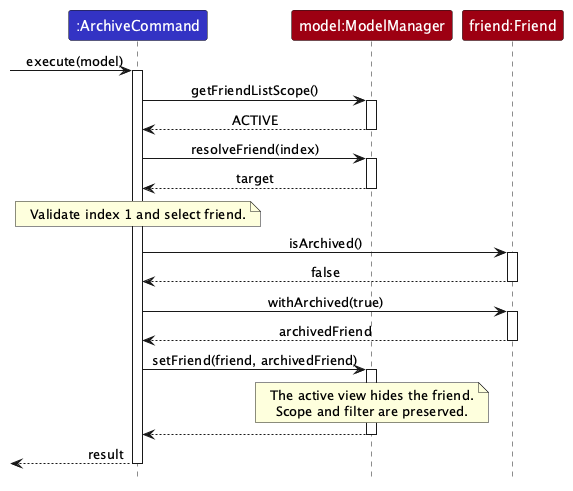
The PlantUML diagram images/ArchiveSequenceDiagram.png in AY2627S1-CS2103T-W14-3/tp, before a commit.
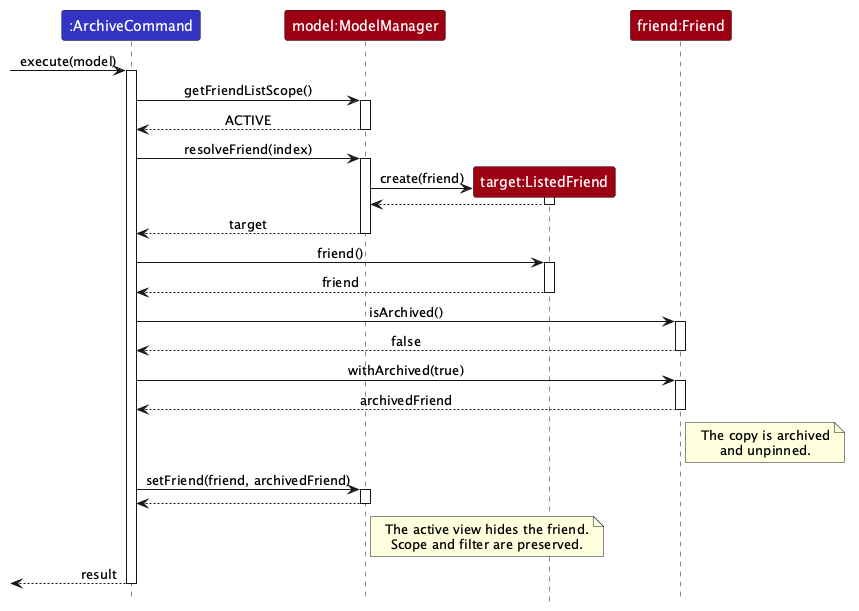
After the change.

Diff of the diagram source:
```diff
@@ -5,6 +5,7 @@
 
 participant ":ArchiveCommand" as Command LOGIC_COLOR
 participant "model:ModelManager" as Model MODEL_COLOR
+participant "target:ListedFriend" as Target MODEL_COLOR
 participant "friend:Friend" as Friend MODEL_COLOR
 
 [-> Command : execute(model)
@@ -15,11 +16,17 @@
 deactivate Model
 Command -> Model : resolveFriend(index)
 activate Model
+create Target
+Model -> Target : create(friend)
+activate Target
+Target --> Model
+deactivate Target
 Model --> Command : target
 deactivate Model
-note over Command
-Validate index 1 and select friend.
-end note
+Command -> Target : friend()
+activate Target
+Target --> Command : friend
+deactivate Target
 Command -> Friend : isArchived()
 activate Friend
 Friend --> Command : false
@@ -28,14 +35,18 @@
 activate Friend
 Friend --> Command : archivedFriend
 deactivate Friend
+note right of Friend
+The copy is archived
+and unpinned.
+end note
 Command -> Model : setFriend(friend, archivedFriend)
 activate Model
-note over Model
+Model --> Command
+deactivate Model
+note right of Model
 The active view hides the friend.
 Scope and filter are preserved.
 end note
-Model --> Command
-deactivate Model
 [<-- Command : result
 deactivate Command
 @enduml
```
